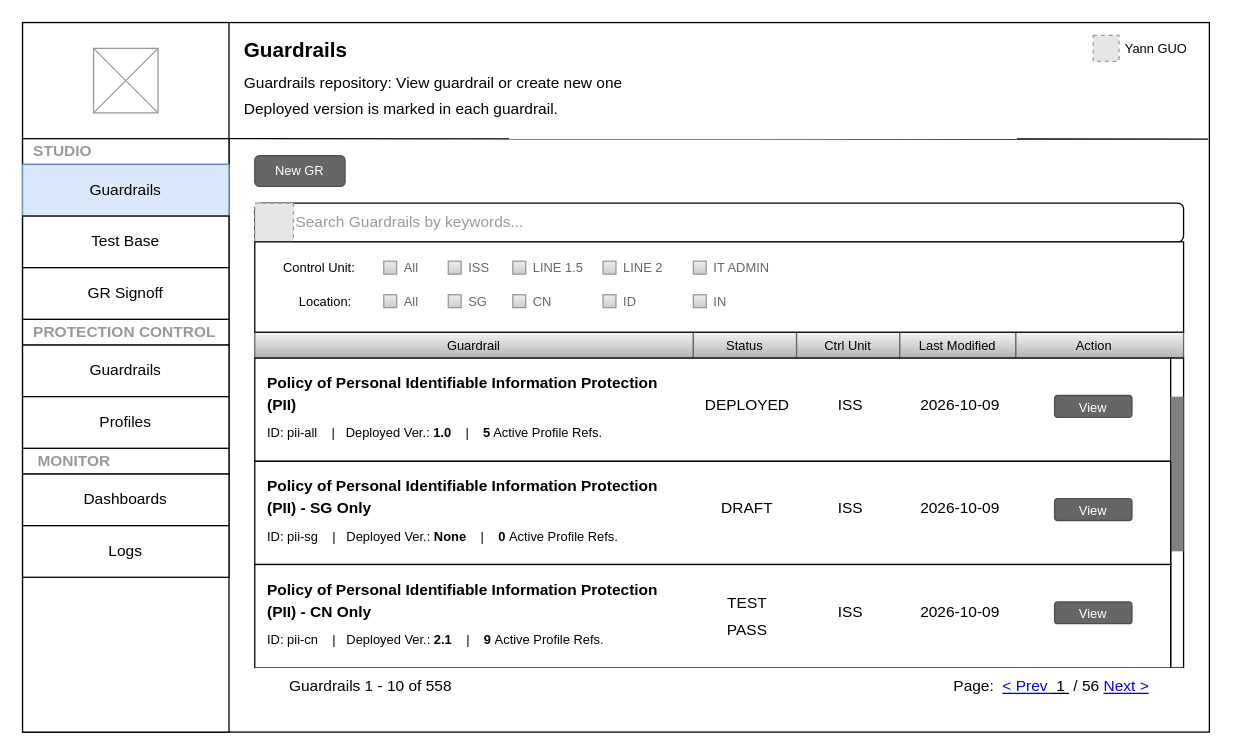
Above: page "ST-GR-Index" (3 of 21) of NMGR.drawio in thinker-g/fx-drive (draw.io), before the change. Source tidied: cells renumbered, new cells numbered last; positions are measured from the earlier drawing's top-left corner, leaving out a move shared by most shapes. Both pictures are drawn from the tidied source at 129%, with x=0, y=0 at pixel (22, 22). Pictures stored in the file or linked from it are replaced by grey dashed boxes.
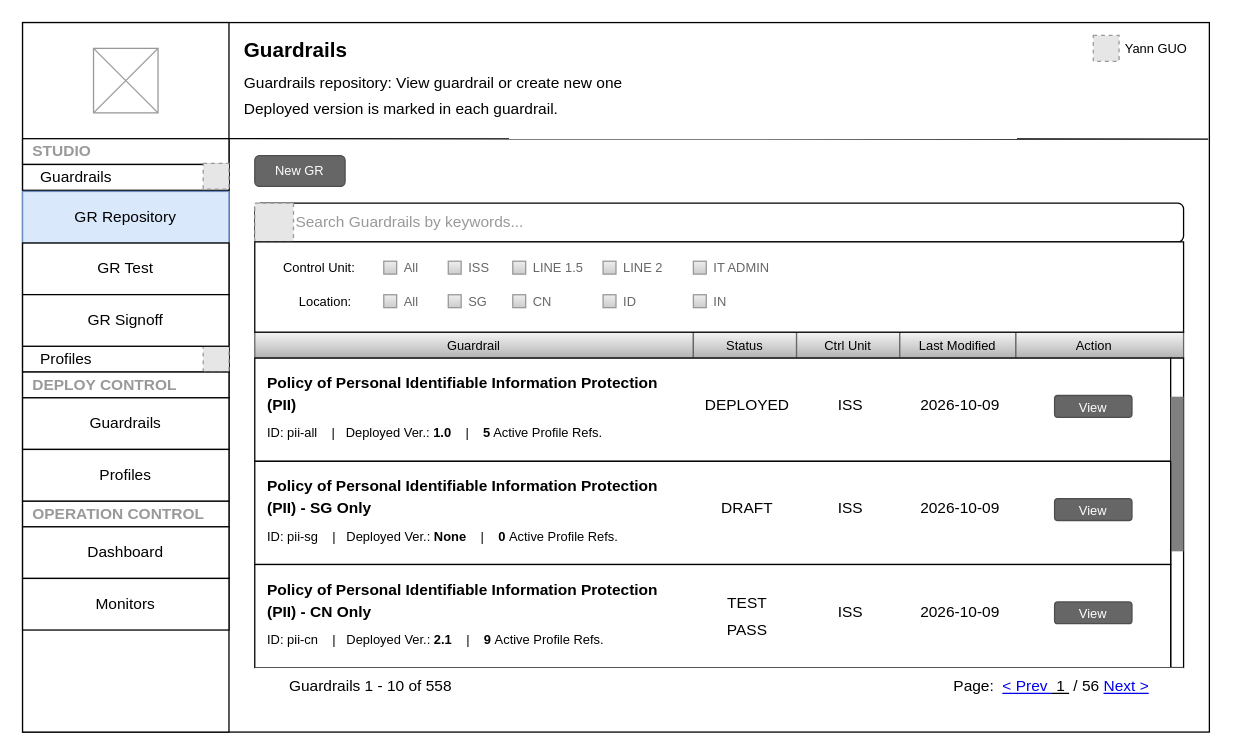
The same page after the edit.

The edit, as a diff of the source:
```diff
@@
-    <mxCell id="62" value="&amp;nbsp; &amp;nbsp;MONITOR" style="rounded=0;whiteSpace=wrap;html=1;align=left;fontColor=#999999;fontStyle=1;" parent="1" vertex="1">
-      <mxGeometry y="330" width="160" height="20" as="geometry" />
-    </mxCell>
-    <mxCell id="63" value="&amp;nbsp; PROTECTION CONTROL" style="rounded=0;whiteSpace=wrap;html=1;align=left;fontColor=#999999;fontStyle=1;" parent="1" vertex="1">
-      <mxGeometry y="230" width="160" height="20" as="geometry" />
-    </mxCell>
-    <mxCell id="64" value="&amp;nbsp; STUDIO" style="rounded=0;whiteSpace=wrap;html=1;align=left;fontColor=#999999;fontStyle=1;" parent="1" vertex="1">
+    <mxCell id="64" value="STUDIO" style="rounded=0;whiteSpace=wrap;html=1;align=left;fontColor=#999999;fontStyle=1;spacingLeft=6;" parent="1" vertex="1">
       <mxGeometry y="90" width="160" height="20" as="geometry" />
     </mxCell>
-    <mxCell id="65" value="Guardrails" style="rounded=0;whiteSpace=wrap;html=1;fillColor=#dae8fc;strokeColor=#6c8ebf;" parent="1" vertex="1">
-      <mxGeometry y="110" width="160" height="40" as="geometry" />
+    <mxCell id="65" value="Guardrails" style="rounded=0;whiteSpace=wrap;html=1;align=left;spacingLeft=12;" parent="1" vertex="1">
+      <mxGeometry y="110" width="160" height="20" as="geometry" />
     </mxCell>
-    <mxCell id="66" value="Test Base" style="rounded=0;whiteSpace=wrap;html=1;" parent="1" vertex="1">
-      <mxGeometry y="150" width="160" height="40" as="geometry" />
-    </mxCell>
+    <mxCell id="72" style="fillColor=#E6E6E6;strokeColor=#999999;dashed=1;html=1;verticalAlign=top;verticalLabelPosition=bottom;labelBackgroundColor=#ffffff;" parent="1" vertex="1">
+      <mxGeometry x="140" y="109.1" width="20" height="20" as="geometry" />
+    </mxCell>
+    <mxCell id="73" value="Profiles" style="rounded=0;whiteSpace=wrap;html=1;align=left;spacingLeft=12;" parent="1" vertex="1">
+      <mxGeometry y="250.9" width="160" height="20" as="geometry" />
+    </mxCell>
+    <mxCell id="74" style="fillColor=#E6E6E6;strokeColor=#999999;dashed=1;html=1;verticalAlign=top;verticalLabelPosition=bottom;labelBackgroundColor=#ffffff;" parent="1" vertex="1">
+      <mxGeometry x="140" y="250.9" width="20" height="20" as="geometry" />
+    </mxCell>
+    <mxCell id="75" value="GR Repository" style="rounded=0;whiteSpace=wrap;html=1;fillColor=#dae8fc;strokeColor=#6c8ebf;" parent="1" vertex="1">
+      <mxGeometry y="130.9" width="160" height="40" as="geometry" />
+    </mxCell>
+    <mxCell id="76" value="GR Test" style="rounded=0;whiteSpace=wrap;html=1;" parent="1" vertex="1">
+      <mxGeometry y="170.9" width="160" height="40" as="geometry" />
+    </mxCell>
+    <mxCell id="71" value="GR Signoff" style="rounded=0;whiteSpace=wrap;html=1;" parent="1" vertex="1">
+      <mxGeometry y="210.9" width="160" height="40" as="geometry" />
+    </mxCell>
+    <mxCell id="77" value="OPERATION CONTROL" style="rounded=0;whiteSpace=wrap;html=1;align=left;fontColor=#999999;fontStyle=1;spacingLeft=6;" parent="1" vertex="1">
+      <mxGeometry y="370.9" width="160" height="20" as="geometry" />
+    </mxCell>
+    <mxCell id="78" value="DEPLOY CONTROL" style="rounded=0;whiteSpace=wrap;html=1;align=left;fontColor=#999999;fontStyle=1;spacingLeft=6;" parent="1" vertex="1">
+      <mxGeometry y="270.9" width="160" height="20" as="geometry" />
+    </mxCell>
     <mxCell id="67" value="Guardrails" style="rounded=0;whiteSpace=wrap;html=1;" parent="1" vertex="1">
-      <mxGeometry y="250" width="160" height="40" as="geometry" />
+      <mxGeometry y="290.9" width="160" height="40" as="geometry" />
     </mxCell>
     <mxCell id="68" value="Profiles" style="rounded=0;whiteSpace=wrap;html=1;" parent="1" vertex="1">
-      <mxGeometry y="290" width="160" height="40" as="geometry" />
+      <mxGeometry y="330.9" width="160" height="40" as="geometry" />
     </mxCell>
-    <mxCell id="69" value="Dashboards" style="rounded=0;whiteSpace=wrap;html=1;" parent="1" vertex="1">
-      <mxGeometry y="350" width="160" height="40" as="geometry" />
-    </mxCell>
-    <mxCell id="70" value="Logs" style="rounded=0;whiteSpace=wrap;html=1;" parent="1" vertex="1">
-      <mxGeometry y="390" width="160" height="40" as="geometry" />
-    </mxCell>
-    <mxCell id="71" value="GR Signoff" style="rounded=0;whiteSpace=wrap;html=1;" parent="1" vertex="1">
-      <mxGeometry y="190" width="160" height="40" as="geometry" />
-    </mxCell>
+    <mxCell id="79" value="Dashboard" style="rounded=0;whiteSpace=wrap;html=1;" parent="1" vertex="1">
+      <mxGeometry y="390.9" width="160" height="40" as="geometry" />
+    </mxCell>
+    <mxCell id="80" value="Monitors" style="rounded=0;whiteSpace=wrap;html=1;" parent="1" vertex="1">
+      <mxGeometry y="430.9" width="160" height="40" as="geometry" />
+    </mxCell>
```
